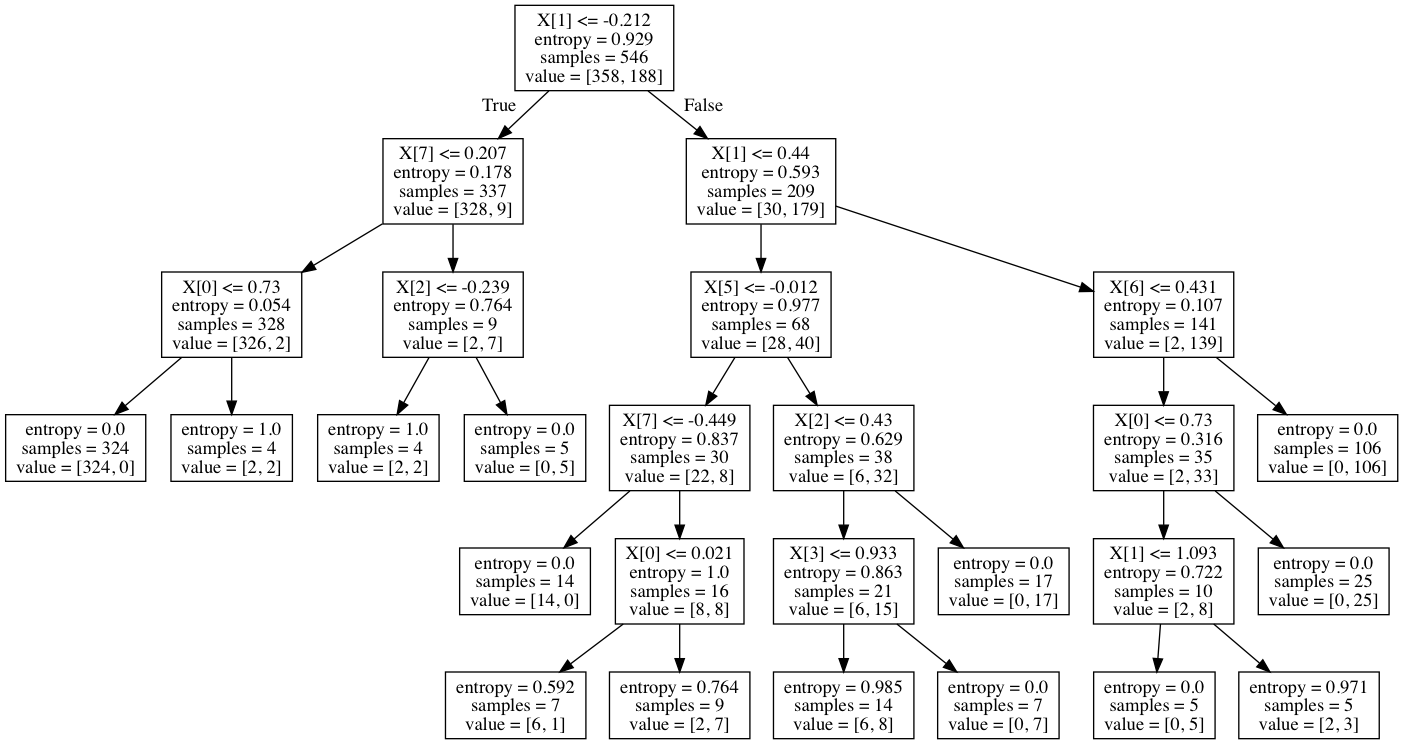
This is SupervisedLearning/tree.png from SujeethJinesh/CS4641, a Graphviz export, as it was before one commit. Its source is kept beside it as SupervisedLearning/tree.dot.
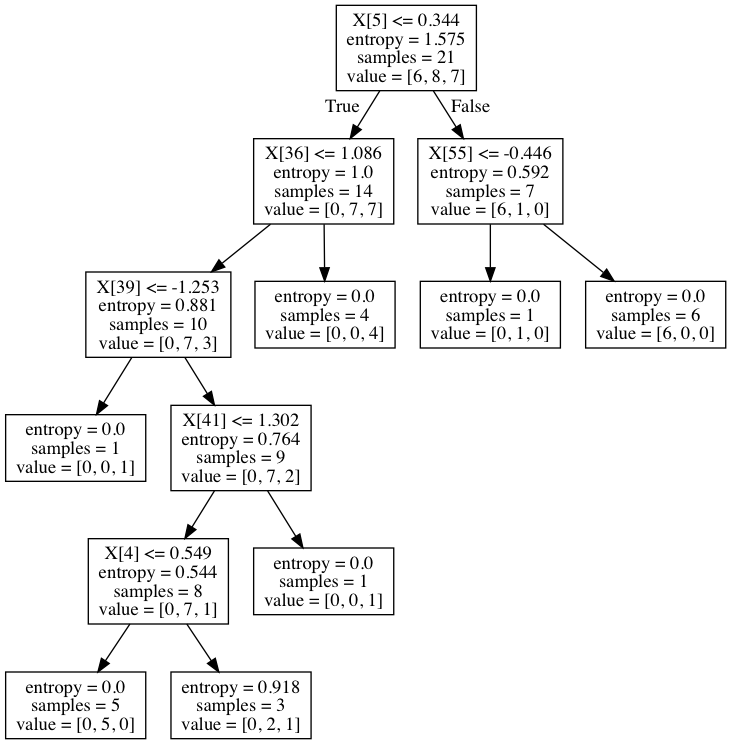
The same file after the commit.

Change to the diagram source:
```diff
@@ -1,56 +1,28 @@
 digraph Tree {
 node [shape=box] ;
-0 [label="X[1] <= -0.212\nentropy = 0.929\nsamples = 546\nvalue = [358, 188]"] ;
-1 [label="X[7] <= 0.207\nentropy = 0.178\nsamples = 337\nvalue = [328, 9]"] ;
+0 [label="X[5] <= 0.344\nentropy = 1.575\nsamples = 21\nvalue = [6, 8, 7]"] ;
+1 [label="X[36] <= 1.086\nentropy = 1.0\nsamples = 14\nvalue = [0, 7, 7]"] ;
 0 -> 1 [labeldistance=2.5, labelangle=45, headlabel="True"] ;
-2 [label="X[0] <= 0.73\nentropy = 0.054\nsamples = 328\nvalue = [326, 2]"] ;
+2 [label="X[39] <= -1.253\nentropy = 0.881\nsamples = 10\nvalue = [0, 7, 3]"] ;
 1 -> 2 ;
-3 [label="entropy = 0.0\nsamples = 324\nvalue = [324, 0]"] ;
+3 [label="entropy = 0.0\nsamples = 1\nvalue = [0, 0, 1]"] ;
 2 -> 3 ;
-4 [label="entropy = 1.0\nsamples = 4\nvalue = [2, 2]"] ;
+4 [label="X[41] <= 1.302\nentropy = 0.764\nsamples = 9\nvalue = [0, 7, 2]"] ;
 2 -> 4 ;
-5 [label="X[2] <= -0.239\nentropy = 0.764\nsamples = 9\nvalue = [2, 7]"] ;
-1 -> 5 ;
-6 [label="entropy = 1.0\nsamples = 4\nvalue = [2, 2]"] ;
+5 [label="X[4] <= 0.549\nentropy = 0.544\nsamples = 8\nvalue = [0, 7, 1]"] ;
+4 -> 5 ;
+6 [label="entropy = 0.0\nsamples = 5\nvalue = [0, 5, 0]"] ;
 5 -> 6 ;
-7 [label="entropy = 0.0\nsamples = 5\nvalue = [0, 5]"] ;
+7 [label="entropy = 0.918\nsamples = 3\nvalue = [0, 2, 1]"] ;
 5 -> 7 ;
-8 [label="X[1] <= 0.44\nentropy = 0.593\nsamples = 209\nvalue = [30, 179]"] ;
-0 -> 8 [labeldistance=2.5, labelangle=-45, headlabel="False"] ;
-9 [label="X[5] <= -0.012\nentropy = 0.977\nsamples = 68\nvalue = [28, 40]"] ;
-8 -> 9 ;
-10 [label="X[7] <= -0.449\nentropy = 0.837\nsamples = 30\nvalue = [22, 8]"] ;
-9 -> 10 ;
-11 [label="entropy = 0.0\nsamples = 14\nvalue = [14, 0]"] ;
+8 [label="entropy = 0.0\nsamples = 1\nvalue = [0, 0, 1]"] ;
+4 -> 8 ;
+9 [label="entropy = 0.0\nsamples = 4\nvalue = [0, 0, 4]"] ;
+1 -> 9 ;
+10 [label="X[55] <= -0.446\nentropy = 0.592\nsamples = 7\nvalue = [6, 1, 0]"] ;
+0 -> 10 [labeldistance=2.5, labelangle=-45, headlabel="False"] ;
+11 [label="entropy = 0.0\nsamples = 1\nvalue = [0, 1, 0]"] ;
 10 -> 11 ;
-12 [label="X[0] <= 0.021\nentropy = 1.0\nsamples = 16\nvalue = [8, 8]"] ;
+12 [label="entropy = 0.0\nsamples = 6\nvalue = [6, 0, 0]"] ;
 10 -> 12 ;
-13 [label="entropy = 0.592\nsamples = 7\nvalue = [6, 1]"] ;
-12 -> 13 ;
-14 [label="entropy = 0.764\nsamples = 9\nvalue = [2, 7]"] ;
-12 -> 14 ;
-15 [label="X[2] <= 0.43\nentropy = 0.629\nsamples = 38\nvalue = [6, 32]"] ;
-9 -> 15 ;
-16 [label="X[3] <= 0.933\nentropy = 0.863\nsamples = 21\nvalue = [6, 15]"] ;
-15 -> 16 ;
-17 [label="entropy = 0.985\nsamples = 14\nvalue = [6, 8]"] ;
-16 -> 17 ;
-18 [label="entropy = 0.0\nsamples = 7\nvalue = [0, 7]"] ;
-16 -> 18 ;
-19 [label="entropy = 0.0\nsamples = 17\nvalue = [0, 17]"] ;
-15 -> 19 ;
-20 [label="X[6] <= 0.431\nentropy = 0.107\nsamples = 141\nvalue = [2, 139]"] ;
-8 -> 20 ;
-21 [label="X[0] <= 0.73\nentropy = 0.316\nsamples = 35\nvalue = [2, 33]"] ;
-20 -> 21 ;
-22 [label="X[1] <= 1.093\nentropy = 0.722\nsamples = 10\nvalue = [2, 8]"] ;
-21 -> 22 ;
-23 [label="entropy = 0.0\nsamples = 5\nvalue = [0, 5]"] ;
-22 -> 23 ;
-24 [label="entropy = 0.971\nsamples = 5\nvalue = [2, 3]"] ;
-22 -> 24 ;
-25 [label="entropy = 0.0\nsamples = 25\nvalue = [0, 25]"] ;
-21 -> 25 ;
-26 [label="entropy = 0.0\nsamples = 106\nvalue = [0, 106]"] ;
-20 -> 26 ;
 }
```
